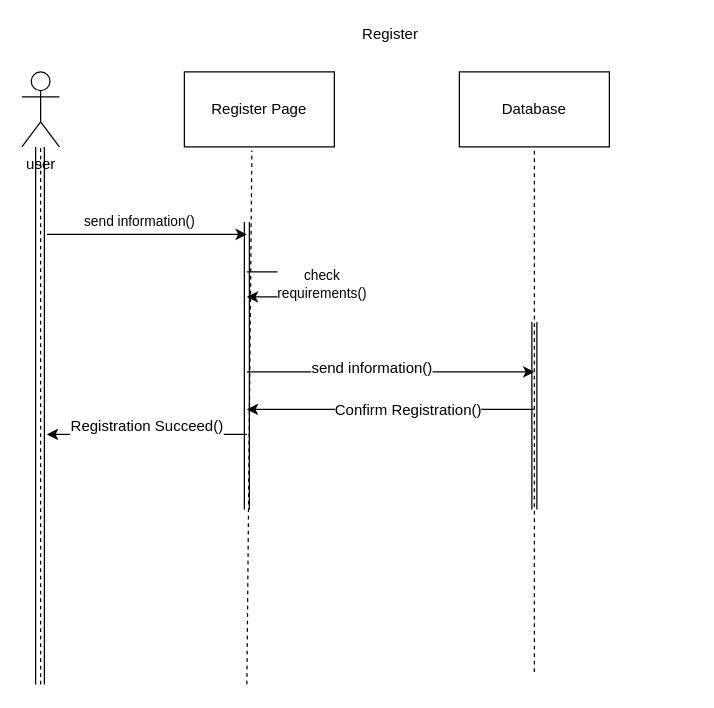
Earlier version of the draw.io diagram UserRegistrationSD.drawio (mohammadamir98/Sama_sw1). Source tidied: cells renumbered, new cells numbered last; positions are measured from the earlier drawing's top-left corner, leaving out a move shared by most shapes. Both pictures are drawn from the tidied source at 125%, with x=0, y=0 at pixel (21, 21).
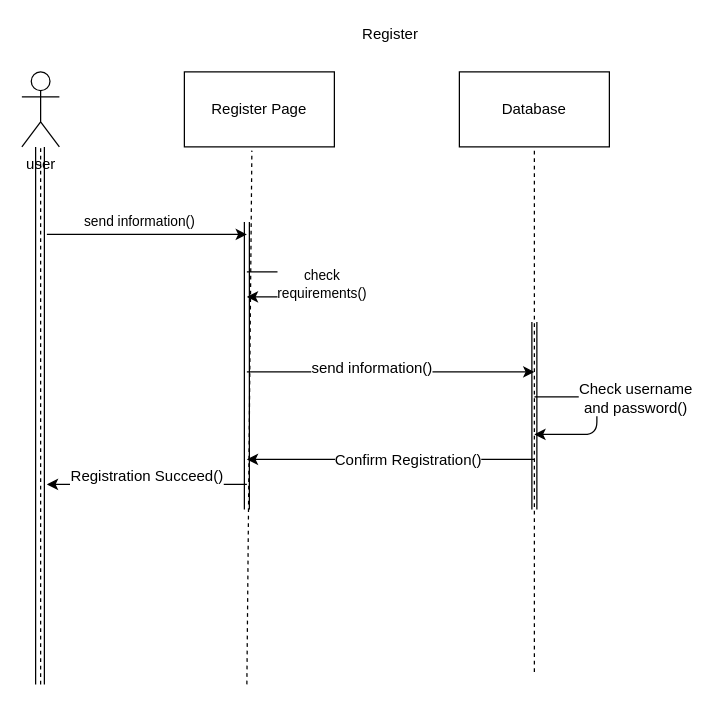
The same diagram, later.

Diff of the diagram source:
```diff
@@
     <mxCell id="16" style="endArrow=classic;html=1;" parent="1" edge="1">
       <mxGeometry relative="1" as="geometry">
-        <mxPoint x="410" y="310" as="sourcePoint" />
-        <mxPoint x="180" y="310" as="targetPoint" />
+        <mxPoint x="410" y="350" as="sourcePoint" />
+        <mxPoint x="180" y="350" as="targetPoint" />
       </mxGeometry>
     </mxCell>
@@
     <mxCell id="18" style="endArrow=classic;html=1;" parent="1" edge="1">
       <mxGeometry relative="1" as="geometry">
-        <mxPoint x="180" y="330" as="sourcePoint" />
-        <mxPoint x="20" y="330" as="targetPoint" />
+        <mxPoint x="180" y="370" as="sourcePoint" />
+        <mxPoint x="20" y="370" as="targetPoint" />
       </mxGeometry>
     </mxCell>
@@
+    <mxCell id="20" style="endArrow=classic;html=1;" parent="1" edge="1">
+      <mxGeometry relative="1" as="geometry">
+        <mxPoint x="410" y="300" as="sourcePoint" />
+        <mxPoint x="410" y="330" as="targetPoint" />
+        <Array as="points">
+          <mxPoint x="460" y="300" />
+          <mxPoint x="460" y="330" />
+        </Array>
+      </mxGeometry>
+    </mxCell>
+    <mxCell id="21" value="&lt;div&gt;Check username &lt;br&gt;&lt;/div&gt;&lt;div&gt;and password()&lt;/div&gt;" style="text;html=1;align=center;verticalAlign=middle;labelBackgroundColor=#ffffff;direction=south;" parent="20" vertex="1">
+      <mxGeometry x="-0.45" relative="1" as="geometry">
+        <mxPoint x="44" as="offset" />
+      </mxGeometry>
+    </mxCell>
```
